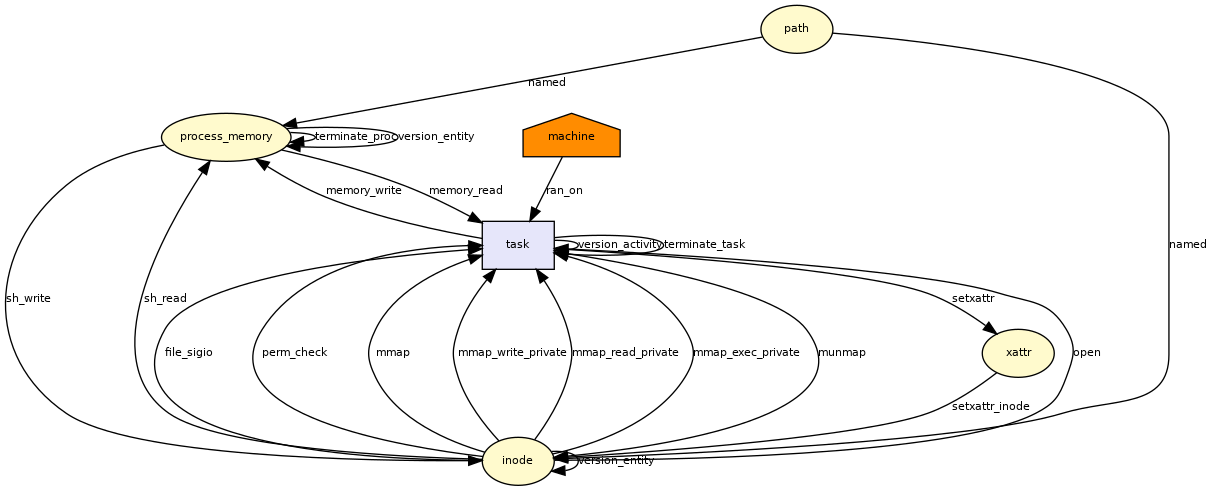
This is docs/img/__x64_sys_mmap_pgoff.png from CamFlow/camflow-dev, a Graphviz export, as it was before one commit. Its source is kept beside it as docs/dot/__x64_sys_mmap_pgoff.dot.
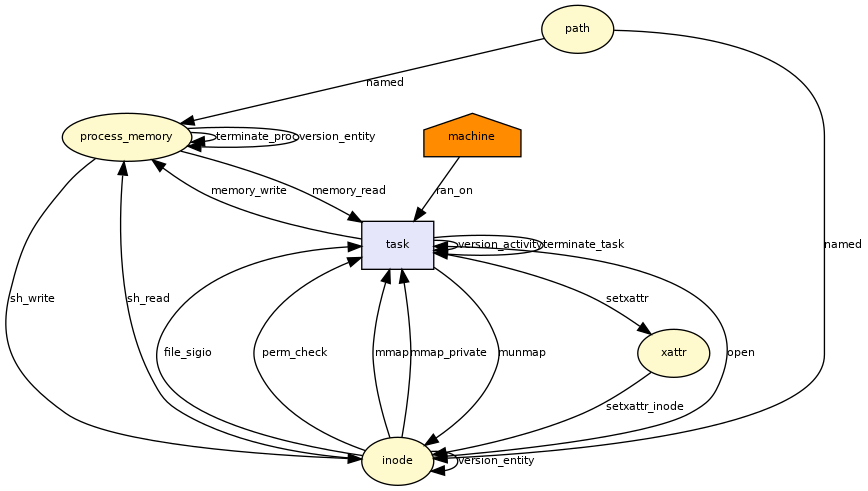
The same diagram one commit later.

Commit message:
RL_MMAP_READ_PRIVATE, RL_MMAP_EXEC_PRIVATE, RL_MMAP_WRITE_PRIVATE -> RL_MMAP_PRIVATE

The edit, as a diff of the source:
```diff
@@ -42,11 +42,7 @@
 
 inode -> task[fontsize = 8,label = mmap]
 
-inode -> task[fontsize = 8,label = mmap_write_private]
-
-inode -> task[fontsize = 8,label = mmap_read_private]
-
-inode -> task[fontsize = 8,label = mmap_exec_private]
+inode -> task[fontsize = 8,label = mmap_private]
 
 task -> inode[fontsize = 8,label = munmap]
 
```
